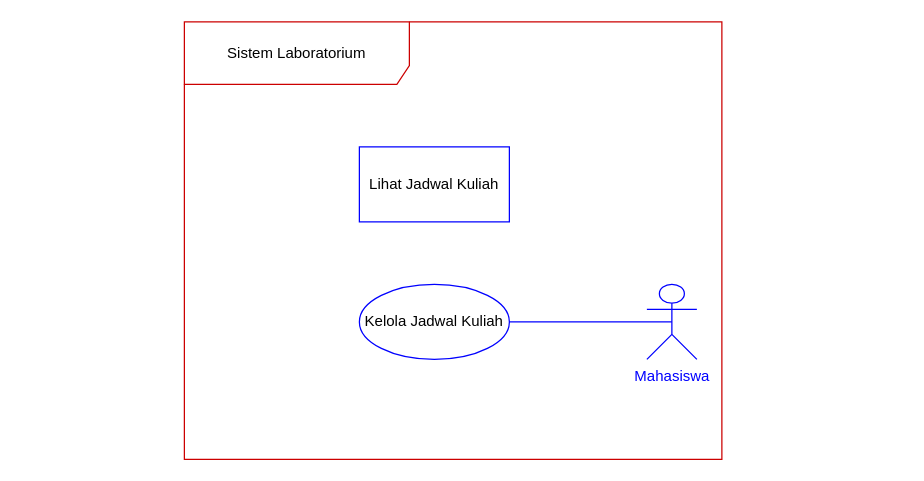
Before: 03_latihan_tools/P02/LAB/SIA/P02_2406019_SIA_perbaikan_notasi_v01.drawio in Wildan2406019/IFRWP5149_2406019_LabAlat, a draw.io diagram. Source tidied: cells renumbered, new cells numbered last; positions are measured from the earlier drawing's top-left corner, leaving out a move shared by most shapes. Both pictures are drawn from the tidied source at 125%, with x=0, y=0 at pixel (184, 21).
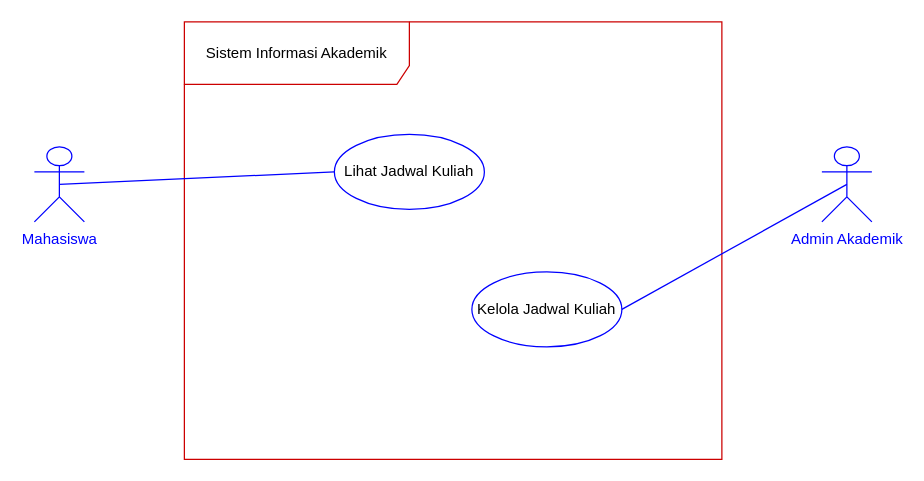
After the change.

Commit message (it also covers changes not shown here):
Memperbaiki sumber dan gambar notasi SIA P02

Diff of the diagram source:
```diff
@@
 <mxGraphModel>
   <root>
     <mxCell id="0" />
     <mxCell id="1" parent="0" />
-    <mxCell id="2" value="Sistem Laboratorium" style="shape=umlFrame;whiteSpace=wrap;html=1;width=180;height=50;strokeColor=#CC0000;" parent="1" vertex="1">
+    <mxCell id="2" value="Sistem Informasi Akademik" style="shape=umlFrame;whiteSpace=wrap;html=1;width=180;height=50;strokeColor=#CC0000;" parent="1" vertex="1">
       <mxGeometry width="430" height="350" as="geometry" />
     </mxCell>
     <mxCell id="3" value="Kelola Jadwal Kuliah" style="ellipse;html=1;whiteSpace=wrap;strokeColor=#0000FF;" parent="2" vertex="1">
-      <mxGeometry x="140" y="210" width="120" height="60" as="geometry" />
+      <mxGeometry x="230" y="200" width="120" height="60" as="geometry" />
     </mxCell>
-    <mxCell id="4" value="Lihat Jadwal Kuliah" style="rounded=0;whiteSpace=wrap;html=1;strokeColor=#0000FF;" parent="2" vertex="1">
-      <mxGeometry x="140" y="100" width="120" height="60" as="geometry" />
+    <mxCell id="4" value="Lihat Jadwal Kuliah" style="ellipse;html=1;whiteSpace=wrap;strokeColor=#0000FF;" parent="2" vertex="1">
+      <mxGeometry x="120" y="90" width="120" height="60" as="geometry" />
     </mxCell>
+    <mxCell id="7" style="rounded=0;jettySize=auto;html=1;exitX=0.5;exitY=0.5;exitDx=0;exitDy=0;exitPerimeter=0;entryX=0;entryY=0.5;entryDx=0;entryDy=0;endArrow=none;endFill=0;strokeColor=#0000FF;" parent="1" edge="1" source="5" target="4">
+      <mxGeometry relative="1" as="geometry" />
+    </mxCell>
-    <mxCell id="5" value="&lt;span style=&quot;color: rgb(0, 0, 255);&quot;&gt;Mahasiswa&lt;/span&gt;" style="shape=umlActor;verticalLabelPosition=bottom;verticalAlign=top;html=1;strokeColor=#0000FF;" parent="2" vertex="1">
-      <mxGeometry x="370" y="210" width="40" height="60" as="geometry" />
+    <mxCell id="5" value="&lt;span style=&quot;color: rgb(0, 0, 255);&quot;&gt;Mahasiswa&lt;/span&gt;" style="shape=umlActor;verticalLabelPosition=bottom;verticalAlign=top;html=1;strokeColor=#0000FF;" parent="1" vertex="1">
+      <mxGeometry x="-120" y="100" width="40" height="60" as="geometry" />
     </mxCell>
-    <mxCell id="6" style="rounded=0;jettySize=auto;html=1;exitX=0.5;exitY=0.5;exitDx=0;exitDy=0;exitPerimeter=0;entryX=1;entryY=0.5;entryDx=0;entryDy=0;startArrow=none;startFill=0;endArrow=none;endFill=0;strokeColor=#0000FF;" parent="2" edge="1" source="5" target="3">
-      <mxGeometry relative="1" as="geometry" />
-    </mxCell>
+    <mxCell id="8" style="rounded=0;jettySize=auto;html=1;exitX=0.5;exitY=0.5;exitDx=0;exitDy=0;exitPerimeter=0;entryX=1;entryY=0.5;entryDx=0;entryDy=0;endArrow=none;endFill=0;strokeColor=#0000FF;" parent="1" edge="1" source="9" target="3">
+      <mxGeometry relative="1" as="geometry" />
+    </mxCell>
+    <mxCell id="9" value="&lt;span style=&quot;color: rgb(0, 0, 255);&quot;&gt;Admin Akademik&lt;/span&gt;" style="shape=umlActor;verticalLabelPosition=bottom;verticalAlign=top;html=1;strokeColor=#0000FF;" parent="1" vertex="1">
+      <mxGeometry x="510" y="100" width="40" height="60" as="geometry" />
+    </mxCell>
   </root>
 </mxGraphModel>
```
